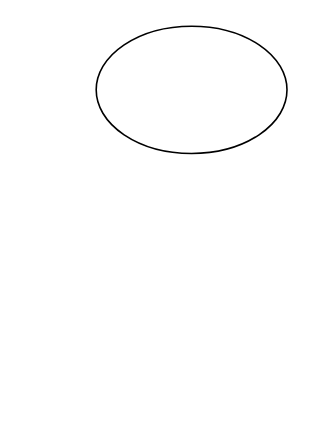
Before: 未命名绘图.drawio in kwoon1997/Mood, a draw.io diagram. Source tidied: cells renumbered, new cells numbered last; positions are measured from the earlier drawing's top-left corner, leaving out a move shared by most shapes. Both pictures are drawn from the tidied source at 159%, with x=0, y=0 at pixel (95, 25).
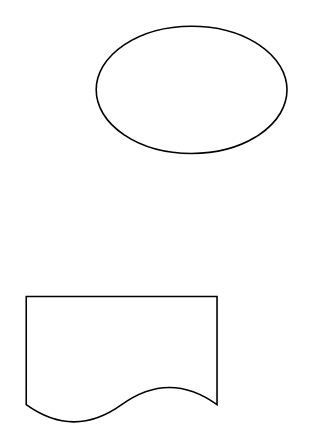
Above is the later version.

Commit message (it also covers changes not shown here):
更新未命名绘图.drawio

The edit, as a diff of the source:
```diff
@@
 <mxGraphModel>
   <root>
     <mxCell id="0" />
     <mxCell id="1" parent="0" />
     <mxCell id="2" style="ellipse;whiteSpace=wrap;html=1;" parent="1" vertex="1">
       <mxGeometry width="120" height="80" as="geometry" />
     </mxCell>
+    <mxCell id="3" style="shape=document;whiteSpace=wrap;html=1;boundedLbl=1;" parent="1" vertex="1">
+      <mxGeometry x="-44" y="170" width="120" height="80" as="geometry" />
+    </mxCell>
   </root>
 </mxGraphModel>
```
